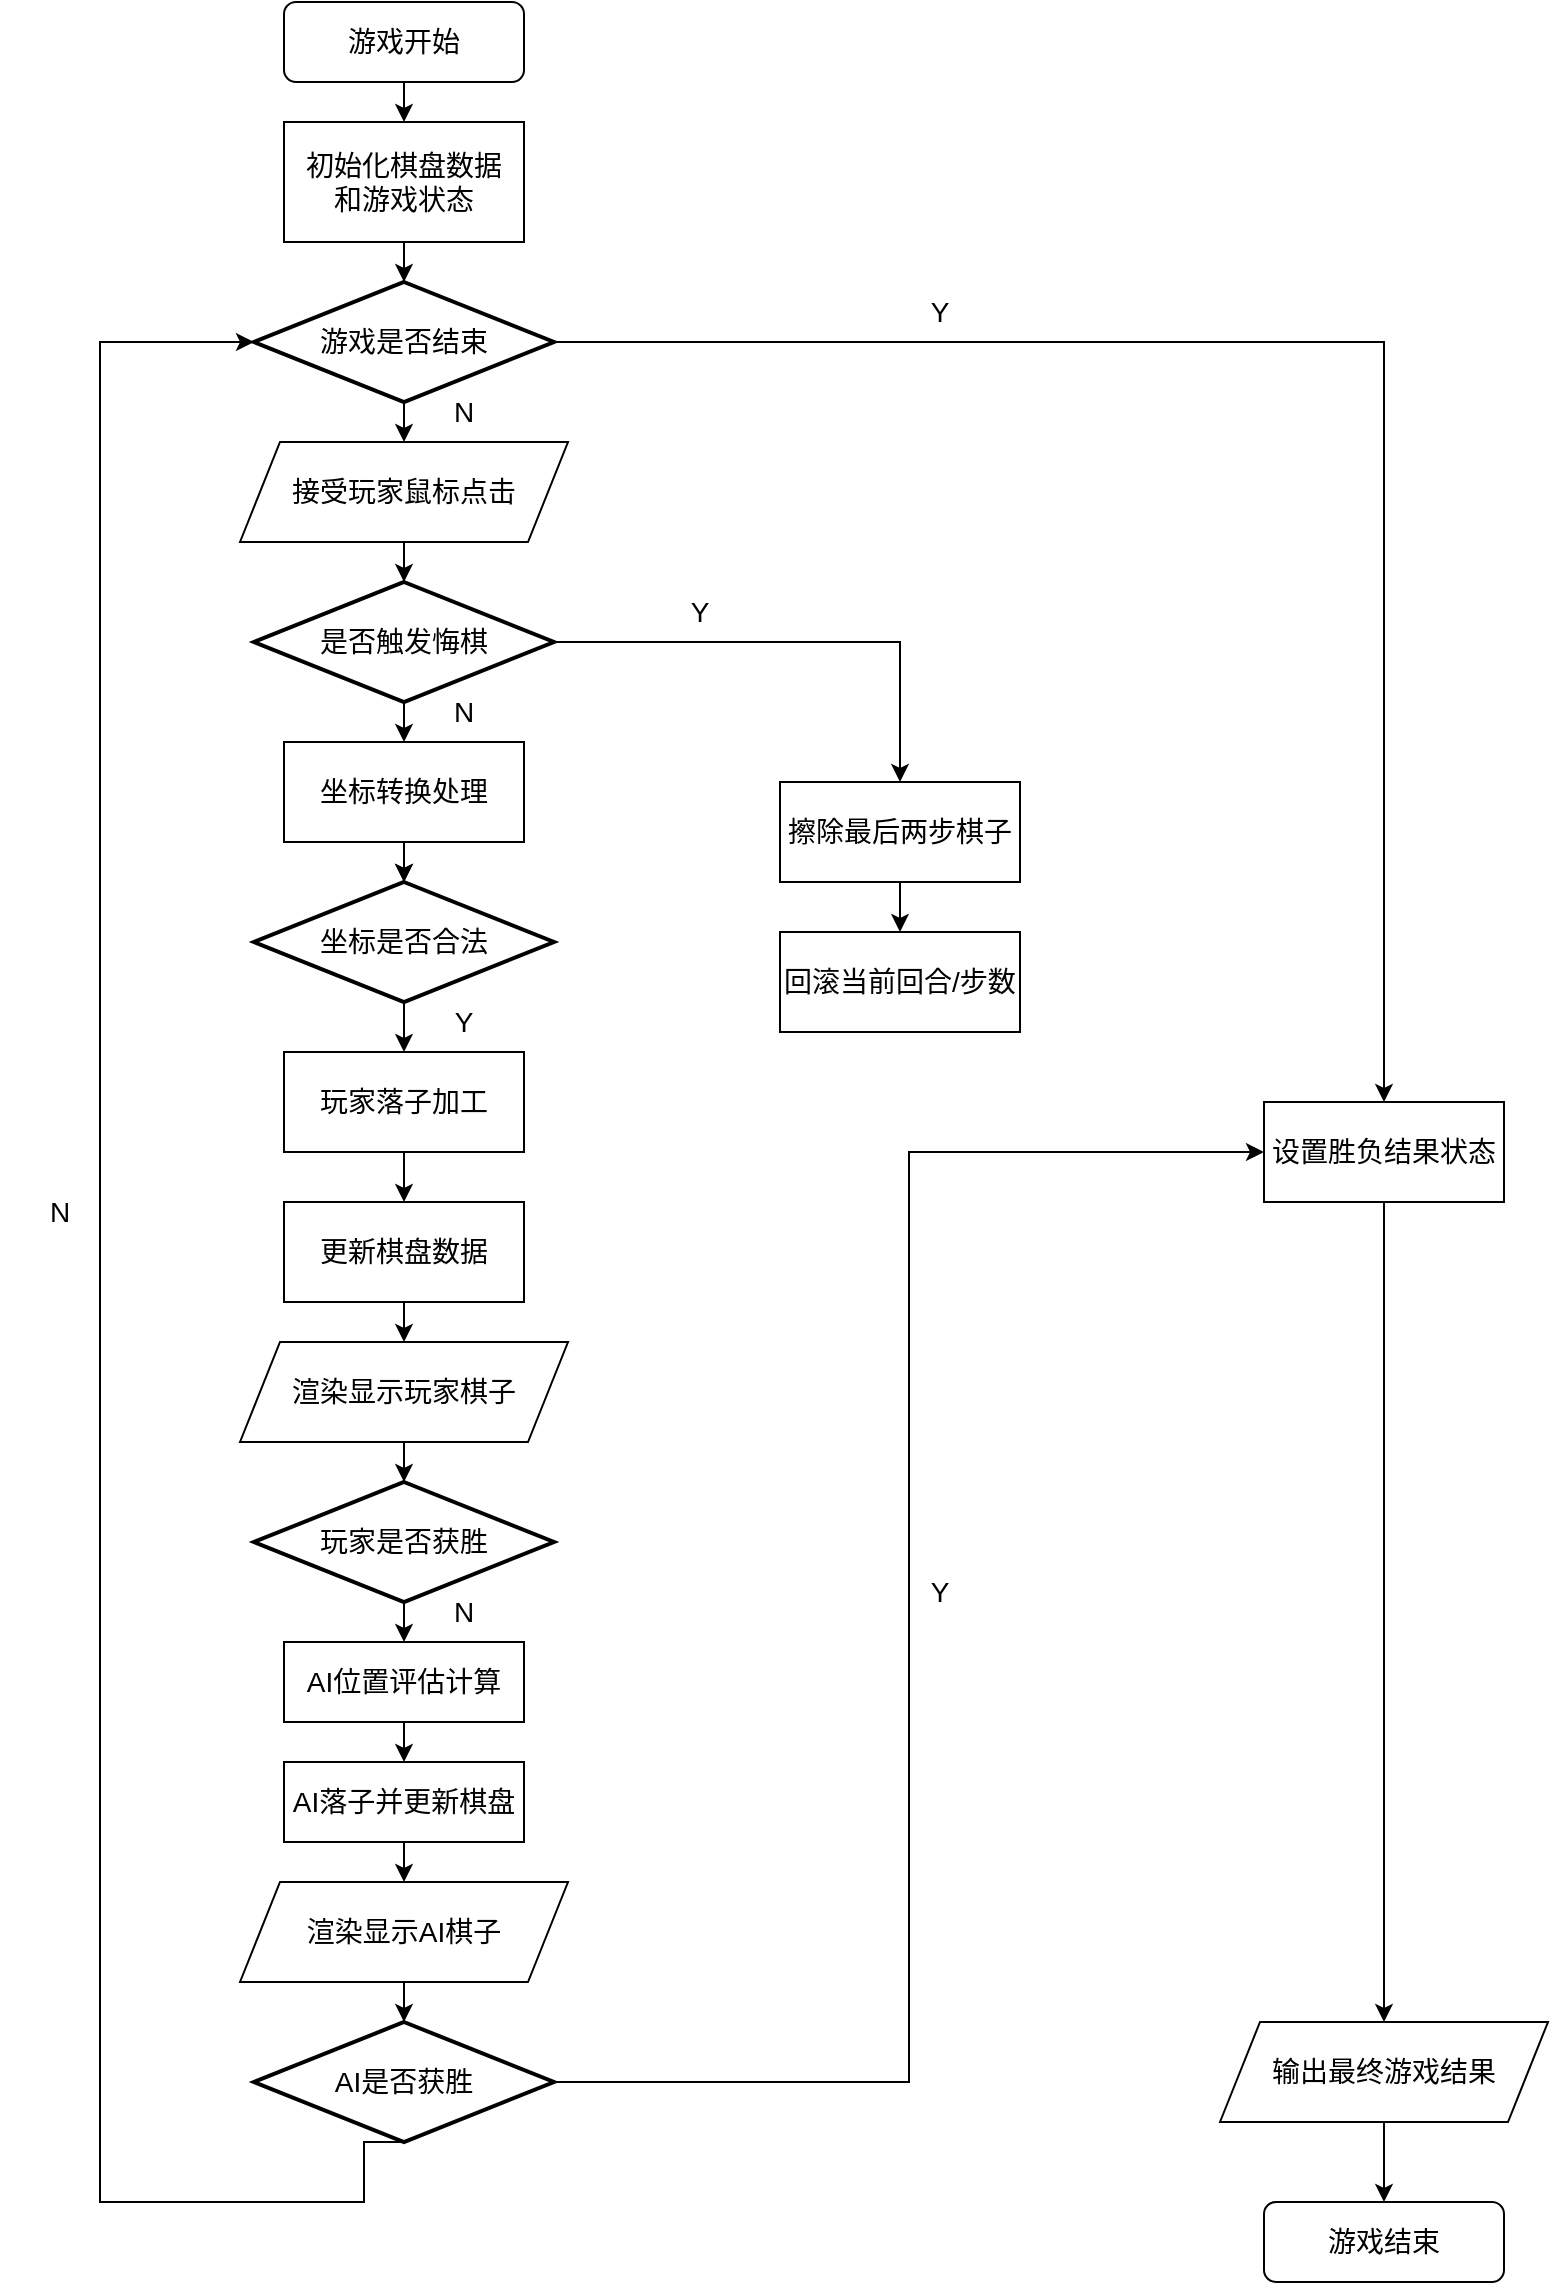
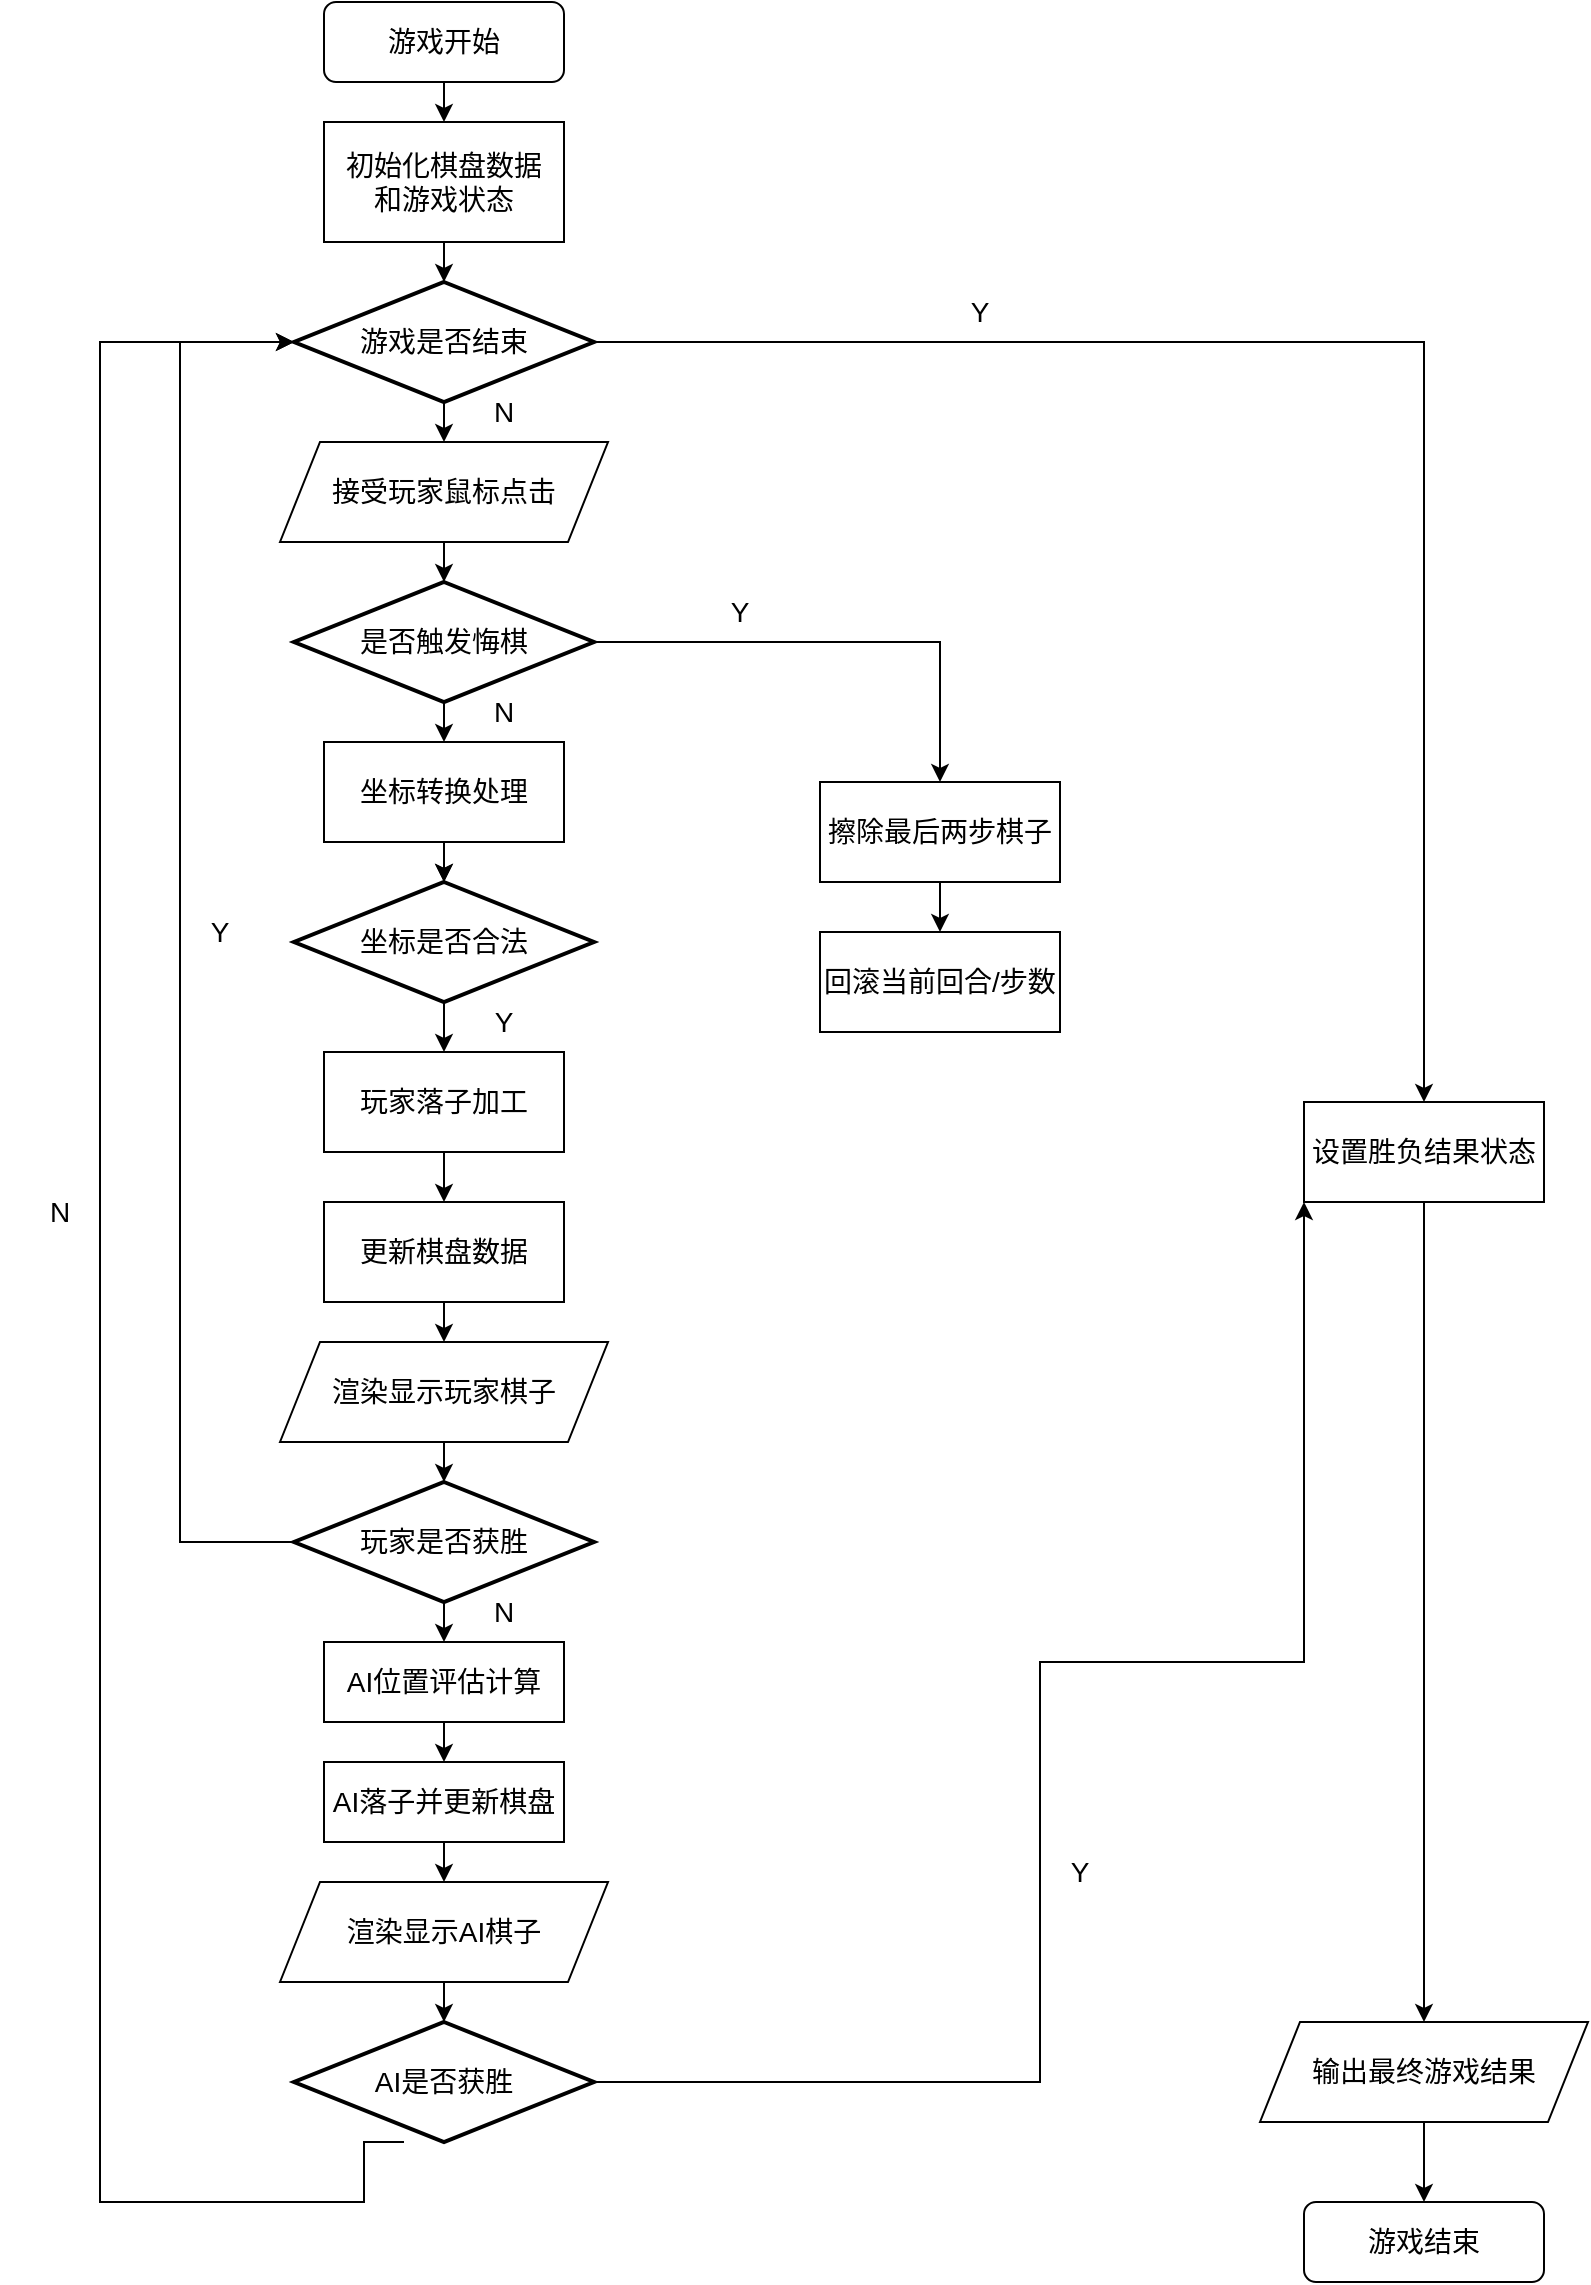
<mxfile host="app.diagrams.net">
  <diagram name="Page-1" id="Ut53iUmTTLsHKbGdxMO9">
    <mxGraphModel dx="2054" dy="1198" grid="1" gridSize="10" guides="1" tooltips="1" connect="1" arrows="1" fold="1" page="1" pageScale="1" pageWidth="827" pageHeight="1169" math="0" shadow="0">
      <root>
        <mxCell id="0" />
        <mxCell id="1" parent="0" />
        <mxCell id="LBzLqDpE-ghOYlSVNWWL-11" edge="1" parent="1" source="LBzLqDpE-ghOYlSVNWWL-4" style="edgeStyle=orthogonalEdgeStyle;rounded=0;orthogonalLoop=1;jettySize=auto;html=1;exitX=0.5;exitY=1;exitDx=0;exitDy=0;exitPerimeter=0;entryX=0.5;entryY=0;entryDx=0;entryDy=0;" target="LBzLqDpE-ghOYlSVNWWL-9">
          <mxGeometry relative="1" as="geometry" />
        </mxCell>
        <mxCell id="LBzLqDpE-ghOYlSVNWWL-51" edge="1" parent="1" source="LBzLqDpE-ghOYlSVNWWL-4" style="edgeStyle=orthogonalEdgeStyle;rounded=0;orthogonalLoop=1;jettySize=auto;html=1;exitX=1;exitY=0.5;exitDx=0;exitDy=0;exitPerimeter=0;entryX=0.5;entryY=0;entryDx=0;entryDy=0;" target="LBzLqDpE-ghOYlSVNWWL-45">
          <mxGeometry relative="1" as="geometry" />
        </mxCell>
        <mxCell id="LBzLqDpE-ghOYlSVNWWL-4" parent="1" style="strokeWidth=2;html=1;shape=mxgraph.flowchart.decision;whiteSpace=wrap;" value="&lt;font style=&quot;font-size: 14px;&quot;&gt;游戏是否结束&lt;/font&gt;" vertex="1">
          <mxGeometry height="60" width="150" x="147" y="160" as="geometry" />
        </mxCell>
        <mxCell id="LBzLqDpE-ghOYlSVNWWL-5" edge="1" parent="1" source="LBzLqDpE-ghOYlSVNWWL-6" style="edgeStyle=orthogonalEdgeStyle;rounded=0;orthogonalLoop=1;jettySize=auto;html=1;exitX=0.5;exitY=1;exitDx=0;exitDy=0;entryX=0.5;entryY=0;entryDx=0;entryDy=0;entryPerimeter=0;" target="LBzLqDpE-ghOYlSVNWWL-4">
          <mxGeometry relative="1" as="geometry">
            <mxPoint x="342" y="210" as="sourcePoint" />
          </mxGeometry>
        </mxCell>
        <mxCell id="LBzLqDpE-ghOYlSVNWWL-6" parent="1" style="rounded=0;whiteSpace=wrap;html=1;" value="&lt;font style=&quot;font-size: 14px;&quot;&gt;初始化棋盘数据&lt;/font&gt;&lt;div&gt;&lt;span style=&quot;font-size: 14px; background-color: transparent; color: light-dark(rgb(0, 0, 0), rgb(255, 255, 255));&quot;&gt;和游戏状态&lt;/span&gt;&lt;/div&gt;" vertex="1">
          <mxGeometry height="60" width="120" x="162" y="80" as="geometry" />
        </mxCell>
        <mxCell id="LBzLqDpE-ghOYlSVNWWL-8" edge="1" parent="1" source="LBzLqDpE-ghOYlSVNWWL-7" style="edgeStyle=orthogonalEdgeStyle;rounded=0;orthogonalLoop=1;jettySize=auto;html=1;exitX=0.5;exitY=1;exitDx=0;exitDy=0;entryX=0.5;entryY=0;entryDx=0;entryDy=0;" target="LBzLqDpE-ghOYlSVNWWL-6">
          <mxGeometry relative="1" as="geometry" />
        </mxCell>
        <mxCell id="LBzLqDpE-ghOYlSVNWWL-7" parent="1" style="rounded=1;whiteSpace=wrap;html=1;" value="&lt;font style=&quot;font-size: 14px;&quot;&gt;游戏开始&lt;/font&gt;" vertex="1">
          <mxGeometry height="40" width="120" x="162" y="20" as="geometry" />
        </mxCell>
        <mxCell id="LBzLqDpE-ghOYlSVNWWL-9" parent="1" style="shape=parallelogram;perimeter=parallelogramPerimeter;whiteSpace=wrap;html=1;fixedSize=1;" value="&lt;font style=&quot;font-size: 14px;&quot;&gt;接受玩家鼠标点击&lt;/font&gt;" vertex="1">
          <mxGeometry height="50" width="164" x="140" y="240" as="geometry" />
        </mxCell>
        <mxCell id="LBzLqDpE-ghOYlSVNWWL-12" parent="1" style="text;html=1;whiteSpace=wrap;strokeColor=none;fillColor=none;align=center;verticalAlign=middle;rounded=0;" value="&lt;font style=&quot;font-size: 14px;&quot;&gt;N&lt;/font&gt;" vertex="1">
          <mxGeometry height="30" width="60" x="222" y="210" as="geometry" />
        </mxCell>
        <mxCell id="LBzLqDpE-ghOYlSVNWWL-16" edge="1" parent="1" source="LBzLqDpE-ghOYlSVNWWL-13" style="edgeStyle=orthogonalEdgeStyle;rounded=0;orthogonalLoop=1;jettySize=auto;html=1;exitX=0.5;exitY=1;exitDx=0;exitDy=0;exitPerimeter=0;entryX=0.5;entryY=0;entryDx=0;entryDy=0;" target="LBzLqDpE-ghOYlSVNWWL-15">
          <mxGeometry relative="1" as="geometry" />
        </mxCell>
        <mxCell id="LBzLqDpE-ghOYlSVNWWL-47" edge="1" parent="1" source="LBzLqDpE-ghOYlSVNWWL-13" style="edgeStyle=orthogonalEdgeStyle;rounded=0;orthogonalLoop=1;jettySize=auto;html=1;exitX=1;exitY=0.5;exitDx=0;exitDy=0;exitPerimeter=0;entryX=0.5;entryY=0;entryDx=0;entryDy=0;" target="LBzLqDpE-ghOYlSVNWWL-46">
          <mxGeometry relative="1" as="geometry" />
        </mxCell>
        <mxCell id="LBzLqDpE-ghOYlSVNWWL-13" parent="1" style="strokeWidth=2;html=1;shape=mxgraph.flowchart.decision;whiteSpace=wrap;" value="&lt;font style=&quot;font-size: 14px;&quot;&gt;是否触发悔棋&lt;/font&gt;" vertex="1">
          <mxGeometry height="60" width="150" x="147" y="310" as="geometry" />
        </mxCell>
        <mxCell id="LBzLqDpE-ghOYlSVNWWL-14" edge="1" parent="1" source="LBzLqDpE-ghOYlSVNWWL-9" style="edgeStyle=orthogonalEdgeStyle;rounded=0;orthogonalLoop=1;jettySize=auto;html=1;exitX=0.5;exitY=1;exitDx=0;exitDy=0;entryX=0.5;entryY=0;entryDx=0;entryDy=0;entryPerimeter=0;" target="LBzLqDpE-ghOYlSVNWWL-13">
          <mxGeometry relative="1" as="geometry" />
        </mxCell>
        <mxCell id="LBzLqDpE-ghOYlSVNWWL-28" edge="1" parent="1" source="LBzLqDpE-ghOYlSVNWWL-15" style="edgeStyle=orthogonalEdgeStyle;rounded=0;orthogonalLoop=1;jettySize=auto;html=1;entryX=0.5;entryY=0;entryDx=0;entryDy=0;entryPerimeter=0;" target="LBzLqDpE-ghOYlSVNWWL-18" value="">
          <mxGeometry relative="1" as="geometry" />
        </mxCell>
        <mxCell id="LBzLqDpE-ghOYlSVNWWL-15" parent="1" style="rounded=0;whiteSpace=wrap;html=1;" value="&lt;font style=&quot;font-size: 14px;&quot;&gt;坐标转换处理&lt;/font&gt;" vertex="1">
          <mxGeometry height="50" width="120" x="162" y="390" as="geometry" />
        </mxCell>
        <mxCell id="LBzLqDpE-ghOYlSVNWWL-17" parent="1" style="text;html=1;whiteSpace=wrap;strokeColor=none;fillColor=none;align=center;verticalAlign=middle;rounded=0;" value="&lt;font style=&quot;font-size: 14px;&quot;&gt;N&lt;/font&gt;" vertex="1">
          <mxGeometry height="30" width="60" x="222" y="360" as="geometry" />
        </mxCell>
        <mxCell id="LBzLqDpE-ghOYlSVNWWL-22" edge="1" parent="1" source="LBzLqDpE-ghOYlSVNWWL-18" style="edgeStyle=orthogonalEdgeStyle;rounded=0;orthogonalLoop=1;jettySize=auto;html=1;exitX=0.5;exitY=1;exitDx=0;exitDy=0;exitPerimeter=0;entryX=0.5;entryY=0;entryDx=0;entryDy=0;" target="LBzLqDpE-ghOYlSVNWWL-21">
          <mxGeometry relative="1" as="geometry" />
        </mxCell>
        <mxCell id="LBzLqDpE-ghOYlSVNWWL-18" parent="1" style="strokeWidth=2;html=1;shape=mxgraph.flowchart.decision;whiteSpace=wrap;" value="&lt;font style=&quot;font-size: 14px;&quot;&gt;坐标是否合法&lt;/font&gt;" vertex="1">
          <mxGeometry height="60" width="150" x="147" y="460" as="geometry" />
        </mxCell>
        <mxCell id="LBzLqDpE-ghOYlSVNWWL-20" edge="1" parent="1" source="LBzLqDpE-ghOYlSVNWWL-15" style="edgeStyle=orthogonalEdgeStyle;rounded=0;orthogonalLoop=1;jettySize=auto;html=1;exitX=0.5;exitY=1;exitDx=0;exitDy=0;entryX=0.5;entryY=0;entryDx=0;entryDy=0;entryPerimeter=0;" target="LBzLqDpE-ghOYlSVNWWL-18">
          <mxGeometry relative="1" as="geometry" />
        </mxCell>
        <mxCell id="LBzLqDpE-ghOYlSVNWWL-25" edge="1" parent="1" source="LBzLqDpE-ghOYlSVNWWL-21" style="edgeStyle=orthogonalEdgeStyle;rounded=0;orthogonalLoop=1;jettySize=auto;html=1;exitX=0.5;exitY=1;exitDx=0;exitDy=0;entryX=0.5;entryY=0;entryDx=0;entryDy=0;" target="LBzLqDpE-ghOYlSVNWWL-24">
          <mxGeometry relative="1" as="geometry" />
        </mxCell>
        <mxCell id="LBzLqDpE-ghOYlSVNWWL-21" parent="1" style="rounded=0;whiteSpace=wrap;html=1;" value="&lt;font style=&quot;font-size: 14px;&quot;&gt;玩家落子加工&lt;/font&gt;" vertex="1">
          <mxGeometry height="50" width="120" x="162" y="545" as="geometry" />
        </mxCell>
        <mxCell id="LBzLqDpE-ghOYlSVNWWL-23" parent="1" style="text;html=1;whiteSpace=wrap;strokeColor=none;fillColor=none;align=center;verticalAlign=middle;rounded=0;" value="&lt;font style=&quot;font-size: 14px;&quot;&gt;Y&lt;/font&gt;" vertex="1">
          <mxGeometry height="30" width="60" x="222" y="515" as="geometry" />
        </mxCell>
        <mxCell id="LBzLqDpE-ghOYlSVNWWL-27" edge="1" parent="1" source="LBzLqDpE-ghOYlSVNWWL-24" style="edgeStyle=orthogonalEdgeStyle;rounded=0;orthogonalLoop=1;jettySize=auto;html=1;exitX=0.5;exitY=1;exitDx=0;exitDy=0;entryX=0.5;entryY=0;entryDx=0;entryDy=0;" target="LBzLqDpE-ghOYlSVNWWL-26">
          <mxGeometry relative="1" as="geometry" />
        </mxCell>
        <mxCell id="LBzLqDpE-ghOYlSVNWWL-24" parent="1" style="rounded=0;whiteSpace=wrap;html=1;" value="&lt;font style=&quot;font-size: 14px;&quot;&gt;更新棋盘数据&lt;/font&gt;" vertex="1">
          <mxGeometry height="50" width="120" x="162" y="620" as="geometry" />
        </mxCell>
        <mxCell id="LBzLqDpE-ghOYlSVNWWL-26" parent="1" style="shape=parallelogram;perimeter=parallelogramPerimeter;whiteSpace=wrap;html=1;fixedSize=1;" value="&lt;font style=&quot;font-size: 14px;&quot;&gt;渲染显示玩家棋子&lt;/font&gt;" vertex="1">
          <mxGeometry height="50" width="164" x="140" y="690" as="geometry" />
        </mxCell>
        <mxCell id="LBzLqDpE-ghOYlSVNWWL-33" edge="1" parent="1" source="LBzLqDpE-ghOYlSVNWWL-30" style="edgeStyle=orthogonalEdgeStyle;rounded=0;orthogonalLoop=1;jettySize=auto;html=1;exitX=0.5;exitY=1;exitDx=0;exitDy=0;exitPerimeter=0;entryX=0.5;entryY=0;entryDx=0;entryDy=0;" target="LBzLqDpE-ghOYlSVNWWL-32">
          <mxGeometry relative="1" as="geometry" />
        </mxCell>
        <mxCell id="LBzLqDpE-ghOYlSVNWWL-30" parent="1" style="strokeWidth=2;html=1;shape=mxgraph.flowchart.decision;whiteSpace=wrap;" value="&lt;font style=&quot;font-size: 14px;&quot;&gt;玩家是否获胜&lt;/font&gt;" vertex="1">
          <mxGeometry height="60" width="150" x="147" y="760" as="geometry" />
        </mxCell>
        <mxCell id="LBzLqDpE-ghOYlSVNWWL-31" edge="1" parent="1" source="LBzLqDpE-ghOYlSVNWWL-26" style="edgeStyle=orthogonalEdgeStyle;rounded=0;orthogonalLoop=1;jettySize=auto;html=1;exitX=0.5;exitY=1;exitDx=0;exitDy=0;entryX=0.5;entryY=0;entryDx=0;entryDy=0;entryPerimeter=0;" target="LBzLqDpE-ghOYlSVNWWL-30">
          <mxGeometry relative="1" as="geometry" />
        </mxCell>
        <mxCell id="LBzLqDpE-ghOYlSVNWWL-37" edge="1" parent="1" source="LBzLqDpE-ghOYlSVNWWL-32" style="edgeStyle=orthogonalEdgeStyle;rounded=0;orthogonalLoop=1;jettySize=auto;html=1;exitX=0.5;exitY=1;exitDx=0;exitDy=0;entryX=0.5;entryY=0;entryDx=0;entryDy=0;" target="LBzLqDpE-ghOYlSVNWWL-35">
          <mxGeometry relative="1" as="geometry" />
        </mxCell>
        <mxCell id="LBzLqDpE-ghOYlSVNWWL-32" parent="1" style="rounded=0;whiteSpace=wrap;html=1;" value="&lt;font style=&quot;font-size: 14px;&quot;&gt;AI位置评估计算&lt;/font&gt;" vertex="1">
          <mxGeometry height="40" width="120" x="162" y="840" as="geometry" />
        </mxCell>
        <mxCell id="LBzLqDpE-ghOYlSVNWWL-34" parent="1" style="text;html=1;whiteSpace=wrap;strokeColor=none;fillColor=none;align=center;verticalAlign=middle;rounded=0;" value="&lt;font style=&quot;font-size: 14px;&quot;&gt;N&lt;/font&gt;" vertex="1">
          <mxGeometry height="30" width="60" x="222" y="810" as="geometry" />
        </mxCell>
        <mxCell id="LBzLqDpE-ghOYlSVNWWL-39" edge="1" parent="1" source="LBzLqDpE-ghOYlSVNWWL-35" style="edgeStyle=orthogonalEdgeStyle;rounded=0;orthogonalLoop=1;jettySize=auto;html=1;exitX=0.5;exitY=1;exitDx=0;exitDy=0;entryX=0.5;entryY=0;entryDx=0;entryDy=0;" target="LBzLqDpE-ghOYlSVNWWL-38">
          <mxGeometry relative="1" as="geometry" />
        </mxCell>
        <mxCell id="LBzLqDpE-ghOYlSVNWWL-35" parent="1" style="rounded=0;whiteSpace=wrap;html=1;" value="&lt;font style=&quot;font-size: 14px;&quot;&gt;AI落子并更新棋盘&lt;/font&gt;" vertex="1">
          <mxGeometry height="40" width="120" x="162" y="900" as="geometry" />
        </mxCell>
        <mxCell id="LBzLqDpE-ghOYlSVNWWL-38" parent="1" style="shape=parallelogram;perimeter=parallelogramPerimeter;whiteSpace=wrap;html=1;fixedSize=1;" value="&lt;font style=&quot;font-size: 14px;&quot;&gt;渲染显示AI棋子&lt;/font&gt;" vertex="1">
          <mxGeometry height="50" width="164" x="140" y="960" as="geometry" />
        </mxCell>
-         <mxCell id="LBzLqDpE-ghOYlSVNWWL-59" edge="1" parent="1" source="LBzLqDpE-ghOYlSVNWWL-40" style="edgeStyle=orthogonalEdgeStyle;rounded=0;orthogonalLoop=1;jettySize=auto;html=1;exitX=1;exitY=0.5;exitDx=0;exitDy=0;exitPerimeter=0;entryX=0;entryY=0.5;entryDx=0;entryDy=0;" target="LBzLqDpE-ghOYlSVNWWL-45">
-           <mxGeometry relative="1" as="geometry" />
+         <mxCell id="LBzLqDpE-ghOYlSVNWWL-59" edge="1" parent="1" source="LBzLqDpE-ghOYlSVNWWL-40" style="edgeStyle=orthogonalEdgeStyle;rounded=0;orthogonalLoop=1;jettySize=auto;html=1;exitX=1;exitY=0.5;exitDx=0;exitDy=0;exitPerimeter=0;entryX=0;entryY=1;entryDx=0;entryDy=0;" target="LBzLqDpE-ghOYlSVNWWL-45">
+           <mxGeometry relative="1" as="geometry">
+             <Array as="points">
+               <mxPoint x="520" y="1060" />
+               <mxPoint x="520" y="850" />
+               <mxPoint x="652" y="850" />
+             </Array>
+           </mxGeometry>
        </mxCell>
        <mxCell id="LBzLqDpE-ghOYlSVNWWL-40" parent="1" style="strokeWidth=2;html=1;shape=mxgraph.flowchart.decision;whiteSpace=wrap;" value="&lt;font style=&quot;font-size: 14px;&quot;&gt;AI是否获胜&lt;/font&gt;" vertex="1">
          <mxGeometry height="60" width="150" x="147" y="1030" as="geometry" />
        </mxCell>
        <mxCell id="LBzLqDpE-ghOYlSVNWWL-41" edge="1" parent="1" source="LBzLqDpE-ghOYlSVNWWL-38" style="edgeStyle=orthogonalEdgeStyle;rounded=0;orthogonalLoop=1;jettySize=auto;html=1;exitX=0.5;exitY=1;exitDx=0;exitDy=0;entryX=0.5;entryY=0;entryDx=0;entryDy=0;entryPerimeter=0;" target="LBzLqDpE-ghOYlSVNWWL-40">
          <mxGeometry relative="1" as="geometry" />
        </mxCell>
        <mxCell id="LBzLqDpE-ghOYlSVNWWL-55" edge="1" parent="1" source="LBzLqDpE-ghOYlSVNWWL-42" style="edgeStyle=orthogonalEdgeStyle;rounded=0;orthogonalLoop=1;jettySize=auto;html=1;exitX=0.5;exitY=1;exitDx=0;exitDy=0;entryX=0.5;entryY=0;entryDx=0;entryDy=0;" target="LBzLqDpE-ghOYlSVNWWL-43">
          <mxGeometry relative="1" as="geometry" />
        </mxCell>
        <mxCell id="LBzLqDpE-ghOYlSVNWWL-42" parent="1" style="shape=parallelogram;perimeter=parallelogramPerimeter;whiteSpace=wrap;html=1;fixedSize=1;" value="&lt;font style=&quot;font-size: 14px;&quot;&gt;输出最终游戏结果&lt;/font&gt;" vertex="1">
          <mxGeometry height="50" width="164" x="630" y="1030" as="geometry" />
        </mxCell>
        <mxCell id="LBzLqDpE-ghOYlSVNWWL-43" parent="1" style="rounded=1;whiteSpace=wrap;html=1;" value="&lt;font style=&quot;font-size: 14px;&quot;&gt;游戏结束&lt;/font&gt;" vertex="1">
          <mxGeometry height="40" width="120" x="652" y="1120" as="geometry" />
        </mxCell>
        <mxCell id="LBzLqDpE-ghOYlSVNWWL-54" edge="1" parent="1" source="LBzLqDpE-ghOYlSVNWWL-45" style="edgeStyle=orthogonalEdgeStyle;rounded=0;orthogonalLoop=1;jettySize=auto;html=1;exitX=0.5;exitY=1;exitDx=0;exitDy=0;entryX=0.5;entryY=0;entryDx=0;entryDy=0;" target="LBzLqDpE-ghOYlSVNWWL-42">
          <mxGeometry relative="1" as="geometry" />
        </mxCell>
        <mxCell id="LBzLqDpE-ghOYlSVNWWL-45" parent="1" style="rounded=0;whiteSpace=wrap;html=1;" value="&lt;font style=&quot;font-size: 14px;&quot;&gt;设置胜负结果状态&lt;/font&gt;" vertex="1">
          <mxGeometry height="50" width="120" x="652" y="570" as="geometry" />
        </mxCell>
        <mxCell id="LBzLqDpE-ghOYlSVNWWL-53" edge="1" parent="1" source="LBzLqDpE-ghOYlSVNWWL-46" style="edgeStyle=orthogonalEdgeStyle;rounded=0;orthogonalLoop=1;jettySize=auto;html=1;exitX=0.5;exitY=1;exitDx=0;exitDy=0;entryX=0.5;entryY=0;entryDx=0;entryDy=0;" target="LBzLqDpE-ghOYlSVNWWL-50">
          <mxGeometry relative="1" as="geometry" />
        </mxCell>
        <mxCell id="LBzLqDpE-ghOYlSVNWWL-46" parent="1" style="rounded=0;whiteSpace=wrap;html=1;" value="&lt;font style=&quot;font-size: 14px;&quot;&gt;擦除最后两步棋子&lt;/font&gt;" vertex="1">
          <mxGeometry height="50" width="120" x="410" y="410" as="geometry" />
        </mxCell>
        <mxCell id="LBzLqDpE-ghOYlSVNWWL-48" parent="1" style="text;html=1;whiteSpace=wrap;strokeColor=none;fillColor=none;align=center;verticalAlign=middle;rounded=0;" value="&lt;font style=&quot;font-size: 14px;&quot;&gt;Y&lt;/font&gt;" vertex="1">
          <mxGeometry height="30" width="60" x="340" y="310" as="geometry" />
        </mxCell>
        <mxCell id="LBzLqDpE-ghOYlSVNWWL-50" parent="1" style="rounded=0;whiteSpace=wrap;html=1;" value="&lt;font style=&quot;font-size: 14px;&quot;&gt;回滚当前回合/步数&lt;/font&gt;" vertex="1">
          <mxGeometry height="50" width="120" x="410" y="485" as="geometry" />
        </mxCell>
        <mxCell id="LBzLqDpE-ghOYlSVNWWL-52" parent="1" style="text;html=1;whiteSpace=wrap;strokeColor=none;fillColor=none;align=center;verticalAlign=middle;rounded=0;" value="&lt;font style=&quot;font-size: 14px;&quot;&gt;Y&lt;/font&gt;" vertex="1">
          <mxGeometry height="30" width="60" x="460" y="160" as="geometry" />
        </mxCell>
-         <mxCell id="LBzLqDpE-ghOYlSVNWWL-57" edge="1" parent="1" source="LBzLqDpE-ghOYlSVNWWL-40" style="edgeStyle=orthogonalEdgeStyle;rounded=0;orthogonalLoop=1;jettySize=auto;html=1;exitX=0.5;exitY=1;exitDx=0;exitDy=0;exitPerimeter=0;entryX=0;entryY=0.5;entryDx=0;entryDy=0;entryPerimeter=0;" target="LBzLqDpE-ghOYlSVNWWL-4">
+         <mxCell id="LBzLqDpE-ghOYlSVNWWL-57" edge="1" parent="1" style="edgeStyle=orthogonalEdgeStyle;rounded=0;orthogonalLoop=1;jettySize=auto;html=1;exitX=0.5;exitY=1;exitDx=0;exitDy=0;exitPerimeter=0;entryX=0;entryY=0.5;entryDx=0;entryDy=0;entryPerimeter=0;" target="LBzLqDpE-ghOYlSVNWWL-4">
          <mxGeometry relative="1" as="geometry">
            <Array as="points">
-               <mxPoint x="202" y="1090" />
-               <mxPoint x="202" y="1120" />
-               <mxPoint x="70" y="1120" />
-               <mxPoint x="70" y="190" />
+               <mxPoint x="182" y="1090" />
+               <mxPoint x="182" y="1120" />
+               <mxPoint x="50" y="1120" />
+               <mxPoint x="50" y="190" />
+             </Array>
+             <mxPoint x="202" y="1090" as="sourcePoint" />
+             <mxPoint x="127" y="190" as="targetPoint" />
+           </mxGeometry>
+         </mxCell>
+         <mxCell id="LBzLqDpE-ghOYlSVNWWL-58" parent="1" style="text;html=1;whiteSpace=wrap;strokeColor=none;fillColor=none;align=center;verticalAlign=middle;rounded=0;" value="&lt;font style=&quot;font-size: 14px;&quot;&gt;N&lt;/font&gt;" vertex="1">
+           <mxGeometry height="30" width="60" y="610" as="geometry" />
+         </mxCell>
+         <mxCell id="LBzLqDpE-ghOYlSVNWWL-60" parent="1" style="text;html=1;whiteSpace=wrap;strokeColor=none;fillColor=none;align=center;verticalAlign=middle;rounded=0;" value="&lt;font style=&quot;font-size: 14px;&quot;&gt;Y&lt;/font&gt;" vertex="1">
+           <mxGeometry height="30" width="60" x="510" y="940" as="geometry" />
+         </mxCell>
+         <mxCell id="LBzLqDpE-ghOYlSVNWWL-62" edge="1" parent="1" source="LBzLqDpE-ghOYlSVNWWL-30" style="edgeStyle=orthogonalEdgeStyle;rounded=0;orthogonalLoop=1;jettySize=auto;html=1;exitX=0;exitY=0.5;exitDx=0;exitDy=0;exitPerimeter=0;entryX=0;entryY=0.5;entryDx=0;entryDy=0;entryPerimeter=0;" target="LBzLqDpE-ghOYlSVNWWL-4">
+           <mxGeometry relative="1" as="geometry">
+             <Array as="points">
+               <mxPoint x="90" y="790" />
+               <mxPoint x="90" y="190" />
            </Array>
          </mxGeometry>
        </mxCell>
-         <mxCell id="LBzLqDpE-ghOYlSVNWWL-58" parent="1" style="text;html=1;whiteSpace=wrap;strokeColor=none;fillColor=none;align=center;verticalAlign=middle;rounded=0;" value="&lt;font style=&quot;font-size: 14px;&quot;&gt;N&lt;/font&gt;" vertex="1">
-           <mxGeometry height="30" width="60" x="20" y="610" as="geometry" />
-         </mxCell>
-         <mxCell id="LBzLqDpE-ghOYlSVNWWL-60" parent="1" style="text;html=1;whiteSpace=wrap;strokeColor=none;fillColor=none;align=center;verticalAlign=middle;rounded=0;" value="&lt;font style=&quot;font-size: 14px;&quot;&gt;Y&lt;/font&gt;" vertex="1">
-           <mxGeometry height="30" width="60" x="460" y="800" as="geometry" />
+         <mxCell id="LBzLqDpE-ghOYlSVNWWL-63" parent="1" style="text;html=1;whiteSpace=wrap;strokeColor=none;fillColor=none;align=center;verticalAlign=middle;rounded=0;" value="&lt;font style=&quot;font-size: 14px;&quot;&gt;Y&lt;/font&gt;" vertex="1">
+           <mxGeometry height="30" width="60" x="80" y="470" as="geometry" />
        </mxCell>
      </root>
    </mxGraphModel>
  </diagram>
</mxfile>
